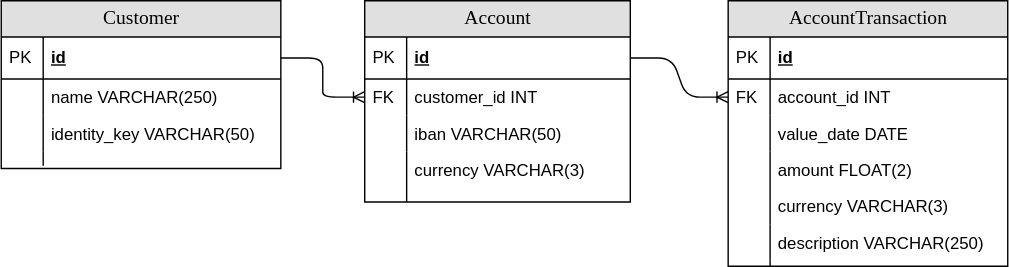
lstefaniszyn/e-bank_ keeps this draw.io diagram as Database/RBS-CodingChallenge_DatabaseModel.svg. Above is the earlier version. Source tidied: cells renumbered, new cells last; positions are measured from the earlier drawing's top-left corner, leaving out a move shared by most shapes.
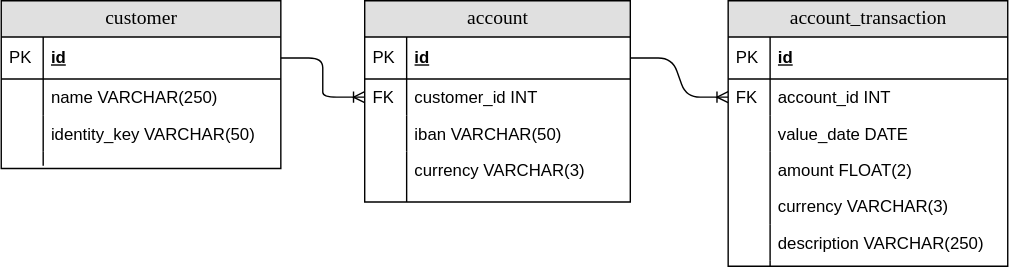
After the change.

Diff of the diagram source:
```diff
@@ -2,7 +2,7 @@
   <root>
     <mxCell id="0" />
     <mxCell id="1" parent="0" />
-    <mxCell id="2" value="Customer" style="swimlane;html=1;fontStyle=0;horizontal=1;startSize=26;fillColor=#e0e0e0;swimlaneFillColor=#ffffff;align=center;rounded=0;shadow=0;comic=0;labelBackgroundColor=none;strokeWidth=1;fontFamily=Verdana;fontSize=14;swimlaneLine=1;" parent="1" vertex="1">
+    <mxCell id="2" value="customer" style="swimlane;html=1;fontStyle=0;horizontal=1;startSize=26;fillColor=#e0e0e0;swimlaneFillColor=#ffffff;align=center;rounded=0;shadow=0;comic=0;labelBackgroundColor=none;strokeWidth=1;fontFamily=Verdana;fontSize=14;swimlaneLine=1;" parent="1" vertex="1">
       <mxGeometry width="200" height="120" as="geometry" />
     </mxCell>
     <mxCell id="3" value="id" style="shape=partialRectangle;top=0;left=0;right=0;bottom=1;html=1;align=left;verticalAlign=middle;fillColor=none;spacingLeft=34;spacingRight=4;whiteSpace=wrap;overflow=hidden;points=[[0,0.5],[1,0.5]];portConstraint=eastwest;fontStyle=5;" parent="2" vertex="1">
@@ -35,7 +35,7 @@
     <mxCell id="12" style="edgeStyle=entityRelationEdgeStyle;fontSize=12;html=1;endArrow=ERoneToMany;exitX=1;exitY=0.5;exitDx=0;exitDy=0;entryX=0;entryY=0.5;entryDx=0;entryDy=0;" parent="1" edge="1" source="14" target="27">
       <mxGeometry relative="1" as="geometry" />
     </mxCell>
-    <mxCell id="13" value="Account" style="swimlane;html=1;fontStyle=0;horizontal=1;startSize=26;fillColor=#e0e0e0;swimlaneFillColor=#ffffff;align=center;rounded=0;shadow=0;comic=0;labelBackgroundColor=none;strokeWidth=1;fontFamily=Verdana;fontSize=14;swimlaneLine=1;" parent="1" vertex="1">
+    <mxCell id="13" value="account" style="swimlane;html=1;fontStyle=0;horizontal=1;startSize=26;fillColor=#e0e0e0;swimlaneFillColor=#ffffff;align=center;rounded=0;shadow=0;comic=0;labelBackgroundColor=none;strokeWidth=1;fontFamily=Verdana;fontSize=14;swimlaneLine=1;" parent="1" vertex="1">
       <mxGeometry x="260" width="190" height="144" as="geometry" />
     </mxCell>
     <mxCell id="14" value="id" style="shape=partialRectangle;top=0;left=0;right=0;bottom=1;html=1;align=left;verticalAlign=middle;fillColor=none;spacingLeft=34;spacingRight=4;whiteSpace=wrap;overflow=hidden;points=[[0,0.5],[1,0.5]];portConstraint=eastwest;fontStyle=5;" parent="13" vertex="1">
@@ -68,7 +68,7 @@
     <mxCell id="23" style="shape=partialRectangle;top=0;left=0;bottom=0;html=1;fillColor=none;align=left;verticalAlign=top;spacingLeft=4;spacingRight=4;whiteSpace=wrap;overflow=hidden;" parent="22" vertex="1">
       <mxGeometry width="30" height="10" as="geometry" />
     </mxCell>
-    <mxCell id="24" value="AccountTransaction" style="swimlane;html=1;fontStyle=0;horizontal=1;startSize=26;fillColor=#e0e0e0;swimlaneFillColor=#ffffff;align=center;rounded=0;shadow=0;comic=0;labelBackgroundColor=none;strokeWidth=1;fontFamily=Verdana;fontSize=14;" parent="1" vertex="1">
+    <mxCell id="24" value="account_transaction" style="swimlane;html=1;fontStyle=0;horizontal=1;startSize=26;fillColor=#e0e0e0;swimlaneFillColor=#ffffff;align=center;rounded=0;shadow=0;comic=0;labelBackgroundColor=none;strokeWidth=1;fontFamily=Verdana;fontSize=14;" parent="1" vertex="1">
       <mxGeometry x="520" width="200" height="190" as="geometry" />
     </mxCell>
     <mxCell id="25" value="id" style="shape=partialRectangle;top=0;left=0;right=0;bottom=1;html=1;align=left;verticalAlign=middle;fillColor=none;spacingLeft=34;spacingRight=4;whiteSpace=wrap;overflow=hidden;fontStyle=5;" parent="24" vertex="1">
```
